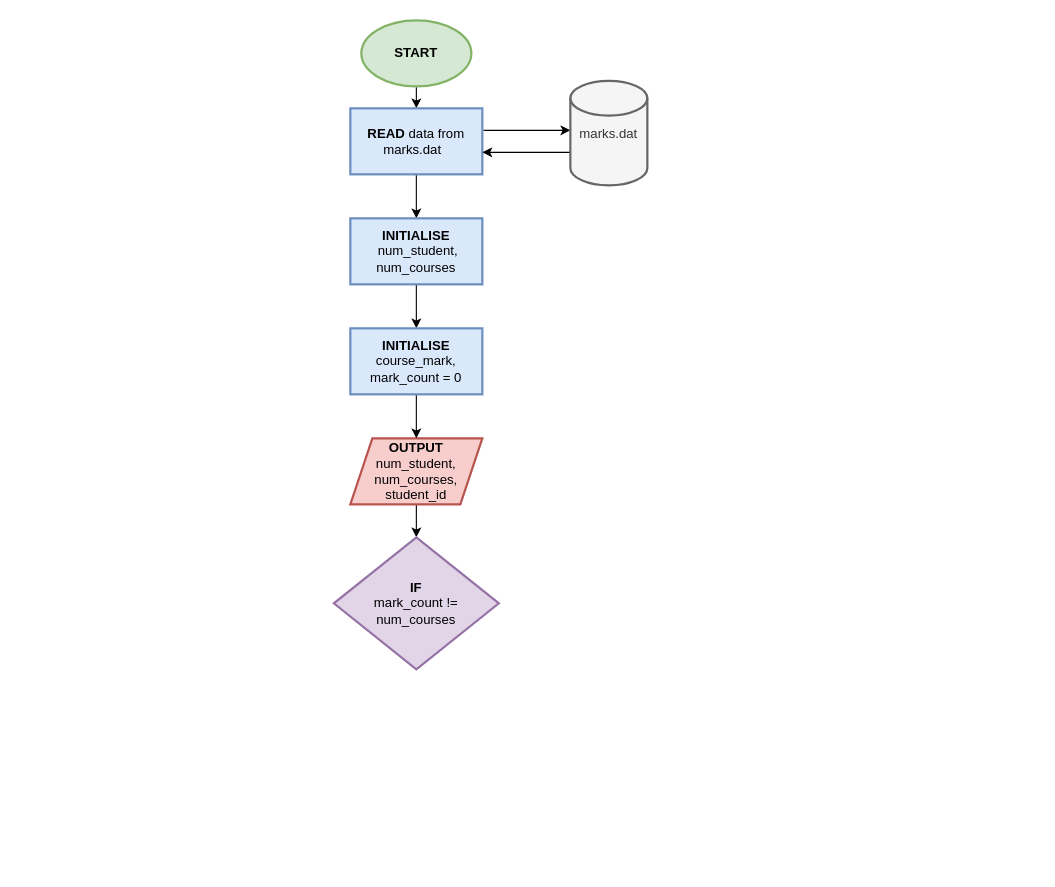
This is page "MainFunc" (1 of 2) of Untitled Diagram.drawio from erwanfadlys/OUM_Final, a draw.io file, before an edit. Source tidied: cells renumbered, new cells numbered last; positions are measured from the earlier drawing's top-left corner, leaving out a move shared by most shapes. Both pictures are drawn from the tidied source at 110%, with x=0, y=0 at pixel (333, 20).
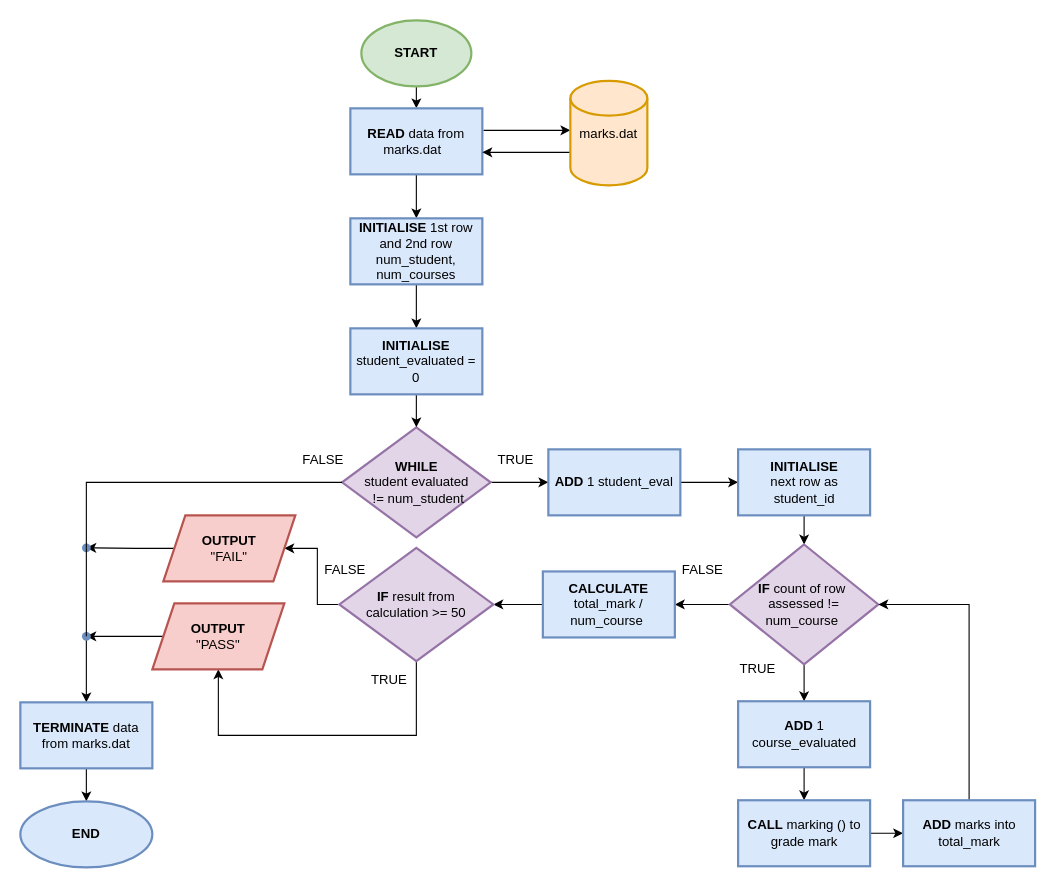
After the change.

What changed in the source:
```diff
@@
-    <mxCell id="8" style="edgeStyle=orthogonalEdgeStyle;jettySize=auto;html=1;" parent="1" edge="1" source="9" target="13">
+    <mxCell id="8" style="edgeStyle=orthogonalEdgeStyle;jettySize=auto;html=1;exitX=1;exitY=0.5;exitDx=0;exitDy=0;" parent="1" edge="1" source="21" target="13">
       <mxGeometry relative="1" as="geometry" />
     </mxCell>
+    <mxCell id="16" style="edgeStyle=orthogonalEdgeStyle;rounded=0;jettySize=auto;html=1;" parent="1" edge="1" source="9" target="54">
+      <mxGeometry relative="1" as="geometry" />
+    </mxCell>
-    <mxCell id="9" value="&lt;b&gt;INITIALISE&lt;/b&gt; &amp;nbsp;num_student,&lt;br&gt;num_courses" style="whiteSpace=wrap;html=1;strokeWidth=2;fillColor=#dae8fc;strokeColor=#6c8ebf;" parent="1" vertex="1">
+    <mxCell id="9" value="&lt;b&gt;INITIALISE&lt;/b&gt;&amp;nbsp;1st row and 2nd row num_student,&lt;br&gt;num_courses" style="whiteSpace=wrap;html=1;strokeWidth=2;fillColor=#dae8fc;strokeColor=#6c8ebf;" parent="1" vertex="1">
       <mxGeometry x="15" y="180" width="120" height="60" as="geometry" />
     </mxCell>
-    <mxCell id="10" style="edgeStyle=orthogonalEdgeStyle;jettySize=auto;html=1;" parent="1" edge="1" source="11" target="14">
-      <mxGeometry relative="1" as="geometry" />
-    </mxCell>
-    <mxCell id="11" value="&lt;b&gt;OUTPUT&lt;/b&gt; num_student, num_courses, student_id" style="shape=parallelogram;perimeter=parallelogramPerimeter;whiteSpace=wrap;html=1;fixedSize=1;strokeWidth=2;fillColor=#f8cecc;strokeColor=#b85450;" parent="1" vertex="1">
-      <mxGeometry x="15" y="380" width="120" height="60" as="geometry" />
-    </mxCell>
-    <mxCell id="12" style="edgeStyle=orthogonalEdgeStyle;jettySize=auto;html=1;" parent="1" edge="1" source="13" target="11">
-      <mxGeometry relative="1" as="geometry" />
-    </mxCell>
+    <mxCell id="17" style="edgeStyle=orthogonalEdgeStyle;rounded=0;jettySize=auto;html=1;" parent="1" edge="1" source="13" target="28">
+      <mxGeometry relative="1" as="geometry" />
+    </mxCell>
-    <mxCell id="13" value="&lt;b&gt;INITIALISE&lt;/b&gt;&lt;br&gt;course_mark,&lt;br&gt;mark_count = 0" style="whiteSpace=wrap;html=1;strokeWidth=2;fillColor=#dae8fc;strokeColor=#6c8ebf;" parent="1" vertex="1">
-      <mxGeometry x="15" y="280" width="120" height="60" as="geometry" />
+    <mxCell id="13" value="&lt;b&gt;INITIALISE&lt;/b&gt;&lt;br&gt;next row as student_id" style="whiteSpace=wrap;html=1;strokeWidth=2;fillColor=#dae8fc;strokeColor=#6c8ebf;" parent="1" vertex="1">
+      <mxGeometry x="367.5" y="390" width="120" height="60" as="geometry" />
     </mxCell>
-    <mxCell id="14" value="&lt;b&gt;IF&lt;/b&gt;&lt;br&gt;mark_count != num_courses" style="rhombus;whiteSpace=wrap;html=1;strokeWidth=2;fillColor=#e1d5e7;strokeColor=#9673a6;" parent="1" vertex="1">
-      <mxGeometry y="470" width="150" height="120" as="geometry" />
-    </mxCell>
-    <mxCell id="15" value="marks.dat" style="strokeWidth=2;html=1;shape=mxgraph.flowchart.database;whiteSpace=wrap;fillColor=#f5f5f5;strokeColor=#666666;fontColor=#333333;" parent="1" vertex="1">
+    <mxCell id="15" value="marks.dat" style="strokeWidth=2;html=1;shape=mxgraph.flowchart.database;whiteSpace=wrap;fillColor=#ffe6cc;strokeColor=#d79b00;" parent="1" vertex="1">
       <mxGeometry x="215" y="55" width="70" height="95" as="geometry" />
     </mxCell>
+    <mxCell id="18" style="edgeStyle=orthogonalEdgeStyle;rounded=0;jettySize=auto;html=1;" parent="1" edge="1" source="20" target="21">
+      <mxGeometry relative="1" as="geometry" />
+    </mxCell>
+    <mxCell id="19" style="edgeStyle=orthogonalEdgeStyle;rounded=0;jettySize=auto;html=1;startArrow=none;" parent="1" edge="1" source="48" target="24">
+      <mxGeometry relative="1" as="geometry" />
+    </mxCell>
+    <mxCell id="20" value="&lt;b&gt;WHILE&lt;/b&gt;&lt;br&gt;student evaluated&lt;br&gt;&amp;nbsp;!= num_student" style="rhombus;whiteSpace=wrap;html=1;strokeColor=#9673a6;strokeWidth=2;fillColor=#e1d5e7;" parent="1" vertex="1">
+      <mxGeometry x="7.5" y="370" width="135" height="100" as="geometry" />
+    </mxCell>
+    <mxCell id="21" value="&lt;b&gt;ADD&lt;/b&gt; 1 student_eval" style="whiteSpace=wrap;html=1;strokeColor=#6c8ebf;strokeWidth=2;fillColor=#dae8fc;" parent="1" vertex="1">
+      <mxGeometry x="195" y="390" width="120" height="60" as="geometry" />
+    </mxCell>
+    <mxCell id="22" value="TRUE" style="text;html=1;align=center;verticalAlign=middle;strokeColor=none;fillColor=none;" parent="1" vertex="1">
+      <mxGeometry x="140" y="390" width="50" height="20" as="geometry" />
+    </mxCell>
+    <mxCell id="23" style="edgeStyle=orthogonalEdgeStyle;rounded=0;jettySize=auto;html=1;" parent="1" edge="1" source="24" target="45">
+      <mxGeometry relative="1" as="geometry" />
+    </mxCell>
+    <mxCell id="24" value="&lt;b&gt;TERMINATE&lt;/b&gt; data from marks.dat" style="whiteSpace=wrap;html=1;strokeColor=#6c8ebf;strokeWidth=2;fillColor=#dae8fc;" parent="1" vertex="1">
+      <mxGeometry x="-285" y="620" width="120" height="60" as="geometry" />
+    </mxCell>
+    <mxCell id="25" value="FALSE" style="text;html=1;align=center;verticalAlign=middle;strokeColor=none;fillColor=none;" parent="1" vertex="1">
+      <mxGeometry x="-35" y="390" width="50" height="20" as="geometry" />
+    </mxCell>
+    <mxCell id="26" style="edgeStyle=orthogonalEdgeStyle;rounded=0;jettySize=auto;html=1;" parent="1" edge="1" source="28" target="30">
+      <mxGeometry relative="1" as="geometry" />
+    </mxCell>
+    <mxCell id="27" style="edgeStyle=orthogonalEdgeStyle;rounded=0;jettySize=auto;html=1;" parent="1" edge="1" source="28" target="37">
+      <mxGeometry relative="1" as="geometry" />
+    </mxCell>
+    <mxCell id="28" value="&lt;b&gt;IF&lt;/b&gt; count of row&amp;nbsp;&lt;br&gt;assessed != &lt;br&gt;num_course&amp;nbsp;" style="rhombus;whiteSpace=wrap;html=1;strokeColor=#9673a6;strokeWidth=2;fillColor=#e1d5e7;" parent="1" vertex="1">
+      <mxGeometry x="360" y="476.5" width="135" height="109" as="geometry" />
+    </mxCell>
+    <mxCell id="29" style="edgeStyle=orthogonalEdgeStyle;rounded=0;jettySize=auto;html=1;" parent="1" edge="1" source="30" target="33">
+      <mxGeometry relative="1" as="geometry" />
+    </mxCell>
+    <mxCell id="30" value="&lt;b&gt;ADD&lt;/b&gt; 1 course_evaluated" style="whiteSpace=wrap;html=1;strokeColor=#6c8ebf;strokeWidth=2;fillColor=#dae8fc;" parent="1" vertex="1">
+      <mxGeometry x="367.5" y="619" width="120" height="60" as="geometry" />
+    </mxCell>
+    <mxCell id="31" value="TRUE" style="text;html=1;align=center;verticalAlign=middle;strokeColor=none;fillColor=none;" parent="1" vertex="1">
+      <mxGeometry x="360" y="580" width="50" height="20" as="geometry" />
+    </mxCell>
+    <mxCell id="32" style="edgeStyle=orthogonalEdgeStyle;rounded=0;jettySize=auto;html=1;" parent="1" edge="1" source="33" target="35">
+      <mxGeometry relative="1" as="geometry" />
+    </mxCell>
+    <mxCell id="33" value="&lt;b&gt;CALL&lt;/b&gt; marking () to grade mark" style="whiteSpace=wrap;html=1;strokeColor=#6c8ebf;strokeWidth=2;fillColor=#dae8fc;" parent="1" vertex="1">
+      <mxGeometry x="367.5" y="709" width="120" height="60" as="geometry" />
+    </mxCell>
+    <mxCell id="34" style="edgeStyle=orthogonalEdgeStyle;rounded=0;jettySize=auto;html=1;entryX=1;entryY=0.5;entryDx=0;entryDy=0;" parent="1" edge="1" source="35" target="28">
+      <mxGeometry relative="1" as="geometry">
+        <Array as="points">
+          <mxPoint x="578" y="531" />
+        </Array>
+      </mxGeometry>
+    </mxCell>
+    <mxCell id="35" value="&lt;b&gt;ADD&lt;/b&gt; marks into total_mark" style="whiteSpace=wrap;html=1;strokeColor=#6c8ebf;strokeWidth=2;fillColor=#dae8fc;" parent="1" vertex="1">
+      <mxGeometry x="517.5" y="709" width="120" height="60" as="geometry" />
+    </mxCell>
+    <mxCell id="36" style="edgeStyle=orthogonalEdgeStyle;rounded=0;jettySize=auto;html=1;" parent="1" edge="1" source="37" target="40">
+      <mxGeometry relative="1" as="geometry" />
+    </mxCell>
+    <mxCell id="37" value="&lt;b&gt;CALCULATE&lt;/b&gt; total_mark / num_course&amp;nbsp;" style="whiteSpace=wrap;html=1;strokeColor=#6c8ebf;strokeWidth=2;fillColor=#dae8fc;" parent="1" vertex="1">
+      <mxGeometry x="190" y="501" width="120" height="60" as="geometry" />
+    </mxCell>
+    <mxCell id="38" style="edgeStyle=orthogonalEdgeStyle;rounded=0;jettySize=auto;html=1;exitX=0.5;exitY=1;exitDx=0;exitDy=0;" parent="1" edge="1" source="40" target="42">
+      <mxGeometry relative="1" as="geometry">
+        <Array as="points">
+          <mxPoint x="75" y="650" />
+          <mxPoint x="-105" y="650" />
+        </Array>
+      </mxGeometry>
+    </mxCell>
+    <mxCell id="39" style="edgeStyle=orthogonalEdgeStyle;rounded=0;jettySize=auto;html=1;" parent="1" edge="1" source="40" target="44">
+      <mxGeometry relative="1" as="geometry" />
+    </mxCell>
+    <mxCell id="40" value="&lt;b&gt;IF&lt;/b&gt; result from &lt;br&gt;calculation &amp;gt;= 50" style="rhombus;whiteSpace=wrap;html=1;strokeColor=#9673a6;strokeWidth=2;fillColor=#e1d5e7;" parent="1" vertex="1">
+      <mxGeometry x="5" y="479.5" width="140" height="103" as="geometry" />
+    </mxCell>
+    <mxCell id="41" style="edgeStyle=orthogonalEdgeStyle;rounded=0;jettySize=auto;html=1;" parent="1" edge="1" source="42" target="48">
+      <mxGeometry relative="1" as="geometry" />
+    </mxCell>
+    <mxCell id="42" value="&lt;b&gt;OUTPUT&lt;/b&gt;&lt;br&gt;&quot;PASS&quot;" style="shape=parallelogram;perimeter=parallelogramPerimeter;whiteSpace=wrap;html=1;fixedSize=1;strokeColor=#b85450;strokeWidth=2;fillColor=#f8cecc;" parent="1" vertex="1">
+      <mxGeometry x="-165" y="530" width="120" height="60" as="geometry" />
+    </mxCell>
+    <mxCell id="43" style="edgeStyle=orthogonalEdgeStyle;rounded=0;jettySize=auto;html=1;" parent="1" edge="1" source="44" target="46">
+      <mxGeometry relative="1" as="geometry" />
+    </mxCell>
+    <mxCell id="44" value="&lt;b&gt;OUTPUT&lt;br&gt;&lt;/b&gt;&quot;FAIL&quot;" style="shape=parallelogram;perimeter=parallelogramPerimeter;whiteSpace=wrap;html=1;fixedSize=1;strokeColor=#b85450;strokeWidth=2;fillColor=#f8cecc;" parent="1" vertex="1">
+      <mxGeometry x="-155" y="450" width="120" height="60" as="geometry" />
+    </mxCell>
+    <mxCell id="45" value="&lt;b&gt;END&lt;/b&gt;" style="ellipse;whiteSpace=wrap;html=1;strokeColor=#6c8ebf;strokeWidth=2;fillColor=#dae8fc;" parent="1" vertex="1">
+      <mxGeometry x="-285" y="710" width="120" height="60" as="geometry" />
+    </mxCell>
+    <mxCell id="46" style="shape=waypoint;size=6;points=[];fillColor=#dae8fc;perimeter=centerPerimeter;snapToPoint=1;strokeColor=#6c8ebf;strokeWidth=2;" parent="1" vertex="1">
+      <mxGeometry x="-245" y="459.5" width="40" height="40" as="geometry" />
+    </mxCell>
+    <mxCell id="47" style="edgeStyle=orthogonalEdgeStyle;rounded=0;jettySize=auto;html=1;endArrow=none;" parent="1" edge="1" source="20" target="46">
+      <mxGeometry relative="1" as="geometry">
+        <Array as="points">
+          <mxPoint x="-225" y="420" />
+        </Array>
+      </mxGeometry>
+    </mxCell>
+    <mxCell id="48" style="shape=waypoint;size=6;points=[];fillColor=#dae8fc;perimeter=centerPerimeter;snapToPoint=1;strokeColor=#6c8ebf;strokeWidth=2;" parent="1" vertex="1">
+      <mxGeometry x="-245" y="540" width="40" height="40" as="geometry" />
+    </mxCell>
+    <mxCell id="49" style="edgeStyle=orthogonalEdgeStyle;rounded=0;jettySize=auto;html=1;startArrow=none;endArrow=none;" parent="1" edge="1" source="46" target="48">
+      <mxGeometry relative="1" as="geometry" />
+    </mxCell>
+    <mxCell id="50" value="FALSE" style="text;html=1;align=center;verticalAlign=middle;strokeColor=none;fillColor=none;" parent="1" vertex="1">
+      <mxGeometry x="-15" y="490" width="50" height="20" as="geometry" />
+    </mxCell>
+    <mxCell id="51" value="TRUE" style="text;html=1;align=center;verticalAlign=middle;strokeColor=none;fillColor=none;" parent="1" vertex="1">
+      <mxGeometry x="25" y="590" width="50" height="20" as="geometry" />
+    </mxCell>
+    <mxCell id="52" value="FALSE" style="text;html=1;align=center;verticalAlign=middle;strokeColor=none;fillColor=none;" parent="1" vertex="1">
+      <mxGeometry x="310" y="490" width="50" height="20" as="geometry" />
+    </mxCell>
+    <mxCell id="53" style="edgeStyle=orthogonalEdgeStyle;rounded=0;jettySize=auto;html=1;" parent="1" edge="1" source="54" target="20">
+      <mxGeometry relative="1" as="geometry" />
+    </mxCell>
+    <mxCell id="54" value="&lt;b&gt;INITIALISE&lt;/b&gt; student_evaluated = 0" style="whiteSpace=wrap;html=1;strokeColor=#6c8ebf;strokeWidth=2;fillColor=#dae8fc;" parent="1" vertex="1">
+      <mxGeometry x="15" y="280" width="120" height="60" as="geometry" />
+    </mxCell>
```
